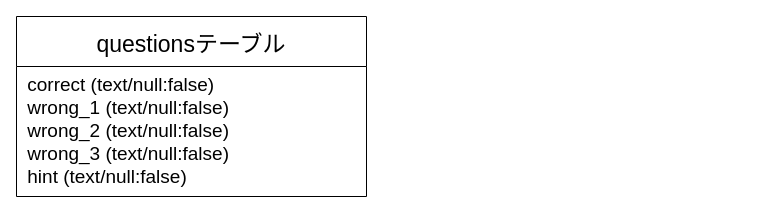
Before: shuwa.dio in JuntOta/shuwa_game, a draw.io diagram. Source tidied: cells renumbered, new cells numbered last; positions are measured from the earlier drawing's top-left corner, leaving out a move shared by most shapes. Both pictures are drawn from the tidied source at 100%, with x=0, y=0 at pixel (16, 16).
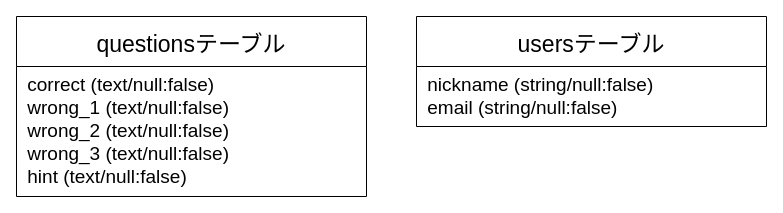
The same diagram, later.

The edit, as a diff of the source:
```diff
@@
 <mxGraphModel>
   <root>
     <mxCell id="0" />
     <mxCell id="1" parent="0" />
     <mxCell id="2" value="questionsテーブル" style="swimlane;fontStyle=0;horizontal=1;startSize=50;align=center;fontSize=23;" parent="1" vertex="1">
       <mxGeometry width="350" height="180" as="geometry" />
     </mxCell>
     <mxCell id="3" value=" correct (text/null:false)&#10; wrong_1 (text/null:false)&#10; wrong_2 (text/null:false)&#10; wrong_3 (text/null:false)&#10; hint (text/null:false)" style="text;strokeColor=none;fillColor=none;spacingLeft=4;spacingRight=4;overflow=hidden;fontSize=19;" parent="2" vertex="1">
       <mxGeometry y="50" width="350" height="130" as="geometry" />
     </mxCell>
+    <mxCell id="4" value="usersテーブル" style="swimlane;fontStyle=0;horizontal=1;startSize=50;align=center;fontSize=23;" parent="1" vertex="1">
+      <mxGeometry x="400" width="350" height="110" as="geometry" />
+    </mxCell>
+    <mxCell id="5" value=" nickname (string/null:false)&#10; email (string/null:false)" style="text;strokeColor=none;fillColor=none;spacingLeft=4;spacingRight=4;overflow=hidden;fontSize=19;" parent="4" vertex="1">
+      <mxGeometry y="50" width="350" height="60" as="geometry" />
+    </mxCell>
   </root>
 </mxGraphModel>
```
